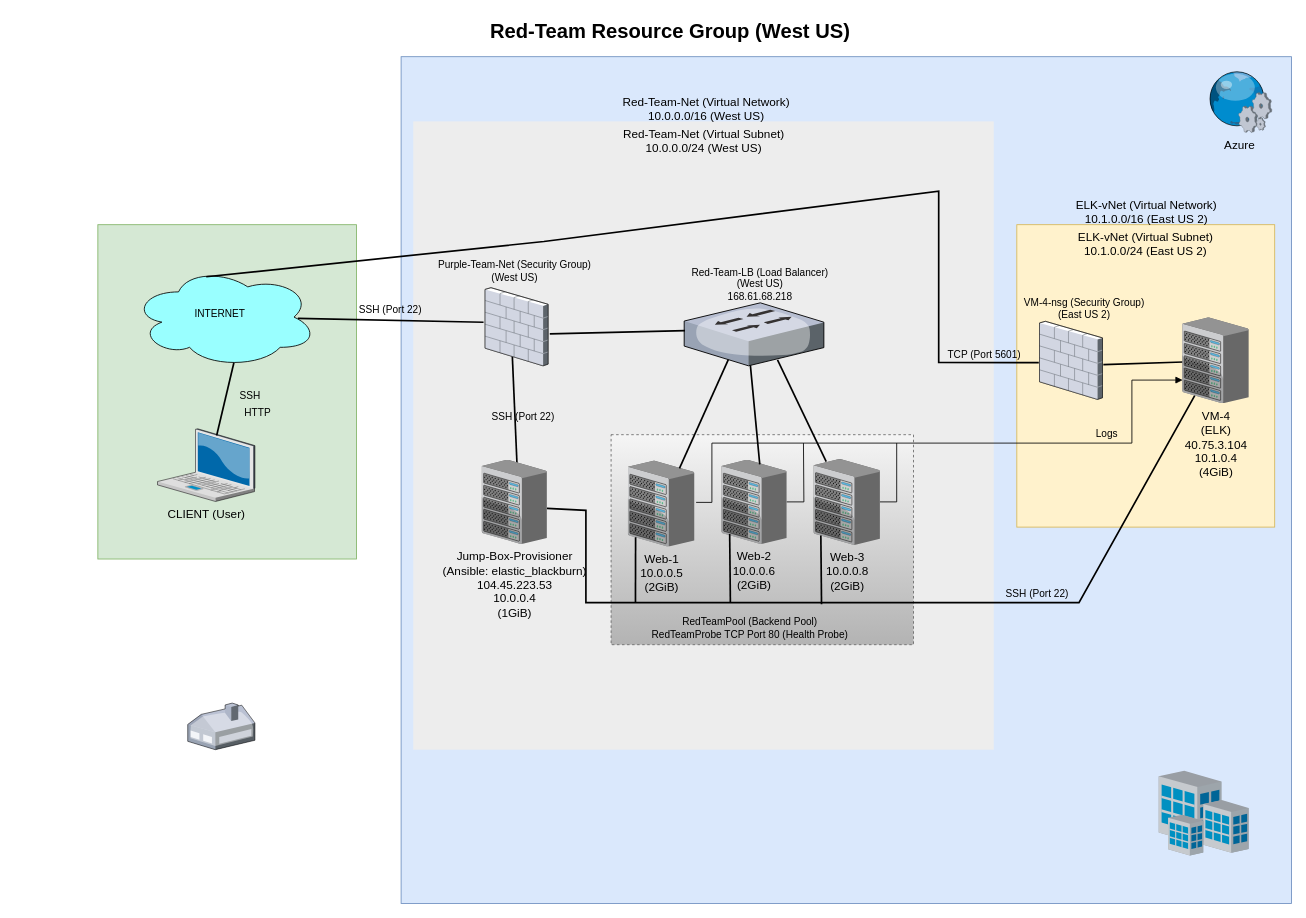
Above: Network-Azure.drawio in AstraincBuild/Exuberant-Triumph (draw.io), before the change. Source tidied: cells renumbered, new cells numbered last; positions are measured from the earlier drawing's top-left corner, leaving out a move shared by most shapes. Both pictures are drawn from the tidied source at 84%, with x=0, y=0 at pixel (97, 14).
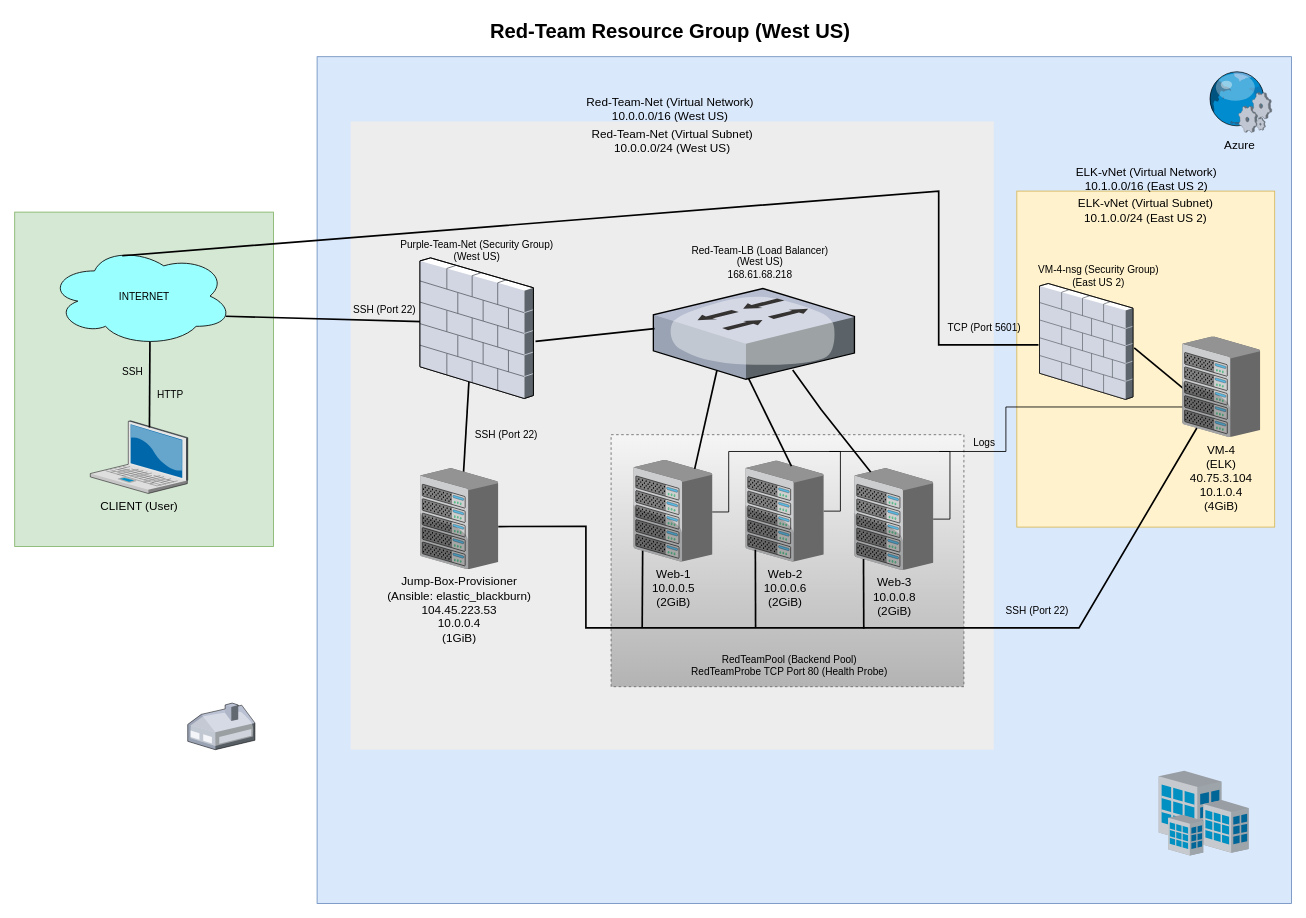
After the change.

Diff of the diagram source:
```diff
@@
     <mxCell id="2" value="&amp;nbsp;" style="whiteSpace=wrap;html=1;fillColor=#dae8fc;fontSize=14;strokeColor=#6c8ebf;verticalAlign=top;" parent="1" vertex="1">
-      <mxGeometry x="361" y="50" width="1060" height="1008" as="geometry" />
+      <mxGeometry x="261" y="50" width="1160" height="1008" as="geometry" />
     </mxCell>
     <mxCell id="3" value="&lt;span&gt;&lt;font style=&quot;font-size: 14px&quot;&gt;Red-Team-Net (Virtual Subnet)&lt;br&gt;10.0.0.0/24 (West US)&lt;/font&gt;&lt;br&gt;&lt;/span&gt;" style="whiteSpace=wrap;html=1;fillColor=#EDEDED;fontSize=14;strokeColor=none;verticalAlign=top;" parent="1" vertex="1">
-      <mxGeometry x="375.5" y="127" width="691" height="748" as="geometry" />
+      <mxGeometry x="301" y="127" width="765.5" height="748" as="geometry" />
     </mxCell>
     <mxCell id="4" value="&lt;br&gt;" style="whiteSpace=wrap;html=1;fillColor=#d5e8d4;fontSize=14;strokeColor=#82b366;verticalAlign=top;" parent="1" vertex="1">
-      <mxGeometry y="250" width="308" height="398" as="geometry" />
+      <mxGeometry x="-99" y="235" width="308" height="398" as="geometry" />
     </mxCell>
     <mxCell id="5" value="CLIENT (User)" style="verticalLabelPosition=bottom;html=1;verticalAlign=top;strokeColor=none;shape=mxgraph.citrix.laptop_2;fillColor=#66B2FF;gradientColor=#0066CC;fontSize=14;" parent="1" vertex="1">
-      <mxGeometry x="71" y="493" width="116" height="86.5" as="geometry" />
+      <mxGeometry x="-9" y="483.5" width="116" height="86.5" as="geometry" />
     </mxCell>
-    <mxCell id="6" style="edgeStyle=none;rounded=0;html=1;startSize=10;endSize=10;jettySize=auto;fontSize=14;endArrow=none;endFill=0;strokeWidth=2;entryX=-0.025;entryY=0.442;entryDx=0;entryDy=0;entryPerimeter=0;" parent="1" edge="1" target="9">
-      <mxGeometry relative="1" as="geometry">
-        <mxPoint x="238" y="361.6" as="sourcePoint" />
-      </mxGeometry>
+    <mxCell id="6" style="edgeStyle=none;rounded=0;html=1;startSize=10;endSize=10;jettySize=auto;fontSize=14;endArrow=none;endFill=0;strokeWidth=2;entryX=0.015;entryY=0.453;entryDx=0;entryDy=0;entryPerimeter=0;exitX=0.96;exitY=0.7;exitDx=0;exitDy=0;exitPerimeter=0;" parent="1" edge="1" source="15" target="9">
+      <mxGeometry relative="1" as="geometry" />
     </mxCell>
@@
     <mxCell id="9" style="verticalLabelPosition=bottom;html=1;verticalAlign=top;strokeColor=none;shape=mxgraph.citrix.firewall;fillColor=#66B2FF;gradientColor=#0066CC;fontSize=14;" parent="1" vertex="1">
-      <mxGeometry x="461" y="325" width="75" height="93" as="geometry" />
+      <mxGeometry x="383.5" y="289.5" width="135" height="167.4" as="geometry" />
     </mxCell>
@@
     <mxCell id="15" style="ellipse;shape=cloud;whiteSpace=wrap;html=1;fillColor=#99FFFF;" parent="1" vertex="1">
-      <mxGeometry x="41" y="300" width="220" height="120" as="geometry" />
+      <mxGeometry x="-59" y="275" width="220" height="120" as="geometry" />
     </mxCell>
     <mxCell id="16" value="SSH (Port 22)" style="text;html=1;align=center;verticalAlign=middle;fillColor=none;strokeColor=none;rounded=0;" parent="1" vertex="1">
-      <mxGeometry x="461" y="469" width="90" height="20" as="geometry" />
+      <mxGeometry x="441" y="491" width="90" height="20" as="geometry" />
     </mxCell>
     <mxCell id="17" value="SSH" style="text;html=1;align=center;verticalAlign=middle;fillColor=none;strokeColor=none;rounded=0;" parent="1" vertex="1">
-      <mxGeometry x="161" y="443.5" width="40" height="20" as="geometry" />
+      <mxGeometry x="21" y="415" width="40" height="20" as="geometry" />
     </mxCell>
     <mxCell id="18" value="HTTP" style="text;html=1;align=center;verticalAlign=middle;fillColor=none;strokeColor=none;rounded=0;" parent="1" vertex="1">
-      <mxGeometry x="164.5" y="463.5" width="50" height="20" as="geometry" />
+      <mxGeometry x="61" y="442.5" width="50" height="20" as="geometry" />
     </mxCell>
     <mxCell id="19" value="ELK-vNet (Virtual Subnet)&lt;br&gt;10.1.0.0/24 (East US 2)" style="whiteSpace=wrap;html=1;fillColor=#fff2cc;fontSize=14;strokeColor=#d6b656;verticalAlign=top;" parent="1" vertex="1">
-      <mxGeometry x="1094" y="250" width="307" height="360" as="geometry" />
+      <mxGeometry x="1094" y="210" width="307" height="400" as="geometry" />
     </mxCell>
     <mxCell id="20" style="verticalLabelPosition=bottom;html=1;verticalAlign=top;strokeColor=none;shape=mxgraph.citrix.firewall;fillColor=#66B2FF;gradientColor=#0066CC;fontSize=14;" parent="1" vertex="1">
-      <mxGeometry x="1121" y="365" width="75" height="93" as="geometry" />
+      <mxGeometry x="1121" y="320" width="111.3" height="138" as="geometry" />
     </mxCell>
@@
     <mxCell id="22" value="Jump-Box-Provisioner&lt;br&gt;(Ansible: elastic_blackburn)&lt;br&gt;104.45.223.53&lt;br&gt;10.0.0.4&lt;br&gt;(1GiB)" style="verticalLabelPosition=bottom;html=1;verticalAlign=top;strokeColor=none;shape=mxgraph.citrix.chassis;fillColor=#66B2FF;gradientColor=#0066CC;fontSize=14;" parent="1" vertex="1">
-      <mxGeometry x="457" y="530" width="77.5" height="100" as="geometry" />
+      <mxGeometry x="383.5" y="540" width="93" height="120" as="geometry" />
     </mxCell>
     <mxCell id="23" value="Purple-Team-Net (Security Group) &lt;br&gt;(West US)" style="text;html=1;align=center;verticalAlign=middle;fillColor=none;strokeColor=none;rounded=0;" parent="1" vertex="1">
-      <mxGeometry x="395.7" y="289.5" width="200" height="30" as="geometry" />
+      <mxGeometry x="351" y="266" width="200" height="30" as="geometry" />
     </mxCell>
     <mxCell id="24" value="&lt;font style=&quot;font-size: 14px&quot;&gt;Red-Team-Net (Virtual Network)&lt;br&gt;10.0.0.0/16 (West US)&lt;/font&gt;" style="text;html=1;align=center;verticalAlign=middle;fillColor=none;strokeColor=none;rounded=0;" parent="1" vertex="1">
-      <mxGeometry x="619" y="97" width="210" height="30" as="geometry" />
+      <mxGeometry x="576" y="97" width="210" height="30" as="geometry" />
     </mxCell>
     <mxCell id="25" value="&lt;font style=&quot;font-size: 14px&quot;&gt;ELK-vNet (Virtual Network)&lt;br&gt;10.1.0.0/16 (East US 2)&lt;/font&gt;" style="text;html=1;align=center;verticalAlign=middle;fillColor=none;strokeColor=none;rounded=0;" parent="1" vertex="1">
-      <mxGeometry x="1158" y="220" width="180" height="30" as="geometry" />
+      <mxGeometry x="1157.5" y="180" width="180" height="30" as="geometry" />
     </mxCell>
     <mxCell id="26" style="verticalLabelPosition=bottom;html=1;verticalAlign=top;strokeColor=#82b366;shape=mxgraph.citrix.switch;fillColor=#d5e8d4;fontSize=14;" parent="1" vertex="1">
-      <mxGeometry x="698" y="343" width="166.3" height="75" as="geometry" />
+      <mxGeometry x="661.3" y="326" width="239.4" height="108" as="geometry" />
     </mxCell>
-    <mxCell id="27" style="edgeStyle=none;rounded=0;html=1;startSize=10;endSize=10;jettySize=auto;fontSize=14;endArrow=none;endFill=0;strokeWidth=2;exitX=1.027;exitY=0.59;exitDx=0;exitDy=0;exitPerimeter=0;entryX=0.006;entryY=0.441;entryDx=0;entryDy=0;entryPerimeter=0;" parent="1" edge="1" source="9" target="26">
-      <mxGeometry relative="1" as="geometry" />
+    <mxCell id="27" style="edgeStyle=none;rounded=0;html=1;startSize=10;endSize=10;jettySize=auto;fontSize=14;endArrow=none;endFill=0;strokeWidth=2;entryX=0.006;entryY=0.441;entryDx=0;entryDy=0;entryPerimeter=0;" parent="1" edge="1" target="26">
+      <mxGeometry relative="1" as="geometry">
+        <mxPoint x="521" y="389" as="sourcePoint" />
+      </mxGeometry>
     </mxCell>
     <mxCell id="28" value="Red-Team-LB (Load Balancer)&lt;br&gt;(West US)&lt;br&gt;168.61.68.218" style="text;html=1;align=center;verticalAlign=middle;fillColor=none;strokeColor=none;rounded=0;" parent="1" vertex="1">
-      <mxGeometry x="697.7" y="296" width="180" height="50" as="geometry" />
+      <mxGeometry x="697.7" y="270" width="180" height="50" as="geometry" />
     </mxCell>
     <mxCell id="29" style="rounded=0;whiteSpace=wrap;html=1;dashed=1;fillColor=#f5f5f5;strokeColor=#666666;gradientColor=#b3b3b3;" parent="1" vertex="1">
-      <mxGeometry x="611" y="500" width="360" height="250" as="geometry" />
+      <mxGeometry x="611" y="500" width="420" height="300" as="geometry" />
     </mxCell>
     <mxCell id="30" value="Web-1&lt;br&gt;10.0.0.5&lt;br&gt;(2GiB)" style="verticalLabelPosition=bottom;html=1;verticalAlign=top;strokeColor=none;shape=mxgraph.citrix.chassis;fillColor=#66B2FF;gradientColor=#0066CC;fontSize=14;" parent="1" vertex="1">
-      <mxGeometry x="631" y="531" width="79" height="102" as="geometry" />
+      <mxGeometry x="637.7" y="530" width="93.7" height="121" as="geometry" />
     </mxCell>
-    <mxCell id="31" style="edgeStyle=orthogonalEdgeStyle;rounded=0;jettySize=auto;html=1;startArrow=none;startFill=0;endArrow=none;endFill=0;" parent="1" edge="1" source="32">
-      <mxGeometry relative="1" as="geometry">
-        <mxPoint x="840" y="510" as="targetPoint" />
-      </mxGeometry>
-    </mxCell>
+    <mxCell id="52" style="edgeStyle=orthogonalEdgeStyle;rounded=0;jettySize=auto;html=1;startArrow=none;startFill=0;startSize=6;endArrow=none;endFill=0;endSize=6;strokeColor=#000000;" parent="1" edge="1" source="32">
+      <mxGeometry relative="1" as="geometry">
+        <mxPoint x="884" y="520" as="targetPoint" />
+        <Array as="points">
+          <mxPoint x="884" y="591" />
+          <mxPoint x="884" y="520" />
+          <mxPoint x="871" y="520" />
+        </Array>
+      </mxGeometry>
+    </mxCell>
     <mxCell id="32" value="Web-2&lt;br&gt;10.0.0.6&lt;br&gt;(2GiB)" style="verticalLabelPosition=bottom;html=1;verticalAlign=top;strokeColor=none;shape=mxgraph.citrix.chassis;fillColor=#66B2FF;gradientColor=#0066CC;fontSize=14;" parent="1" vertex="1">
-      <mxGeometry x="742.4" y="530" width="77.5" height="100" as="geometry" />
+      <mxGeometry x="771" y="531" width="93" height="120" as="geometry" />
     </mxCell>
-    <mxCell id="33" style="edgeStyle=orthogonalEdgeStyle;rounded=0;jettySize=auto;html=1;startArrow=none;startFill=0;endArrow=none;endFill=0;" parent="1" edge="1" source="34">
-      <mxGeometry relative="1" as="geometry">
-        <mxPoint x="951" y="510" as="targetPoint" />
-        <Array as="points">
-          <mxPoint x="951" y="580" />
-          <mxPoint x="951" y="510" />
-        </Array>
-      </mxGeometry>
-    </mxCell>
+    <mxCell id="53" style="edgeStyle=orthogonalEdgeStyle;rounded=0;jettySize=auto;html=1;startArrow=none;startFill=0;startSize=6;endArrow=none;endFill=0;endSize=6;strokeColor=#000000;entryX=0.071;entryY=0.879;entryDx=0;entryDy=0;entryPerimeter=0;" parent="1" edge="1" source="30" target="39">
+      <mxGeometry relative="1" as="geometry">
+        <Array as="points">
+          <mxPoint x="751" y="592" />
+          <mxPoint x="751" y="520" />
+          <mxPoint x="1081" y="520" />
+          <mxPoint x="1081" y="467" />
+          <mxPoint x="1298" y="467" />
+        </Array>
+      </mxGeometry>
+    </mxCell>
+    <mxCell id="54" style="edgeStyle=orthogonalEdgeStyle;rounded=0;jettySize=auto;html=1;startArrow=none;startFill=0;startSize=6;endArrow=none;endFill=0;endSize=6;strokeColor=#000000;" parent="1" edge="1" source="34">
+      <mxGeometry relative="1" as="geometry">
+        <mxPoint x="1001" y="520" as="targetPoint" />
+      </mxGeometry>
+    </mxCell>
     <mxCell id="34" value="Web-3&lt;br&gt;10.0.0.8&lt;br&gt;(2GiB)" style="verticalLabelPosition=bottom;html=1;verticalAlign=top;strokeColor=none;shape=mxgraph.citrix.chassis;fillColor=#66B2FF;gradientColor=#0066CC;fontSize=14;" parent="1" vertex="1">
-      <mxGeometry x="852" y="529" width="79" height="102" as="geometry" />
+      <mxGeometry x="900.7" y="540" width="93.7" height="121" as="geometry" />
     </mxCell>
     <mxCell id="35" value="RedTeamPool (Backend Pool)&lt;br&gt;RedTeamProbe TCP Port 80 (Health Probe)" style="text;html=1;align=center;verticalAlign=middle;fillColor=none;strokeColor=none;rounded=0;" parent="1" vertex="1">
-      <mxGeometry x="650.7" y="715" width="250" height="30" as="geometry" />
+      <mxGeometry x="697.7" y="760" width="250" height="30" as="geometry" />
     </mxCell>
@@
-    <mxCell id="38" style="edgeStyle=none;rounded=0;html=1;startSize=10;endSize=10;jettySize=auto;orthogonalLoop=1;fontSize=14;endArrow=none;endFill=0;strokeWidth=2;exitX=0.668;exitY=0.864;exitDx=0;exitDy=0;exitPerimeter=0;" parent="1" edge="1">
+    <mxCell id="38" style="edgeStyle=none;rounded=0;html=1;startSize=10;endSize=10;jettySize=auto;fontSize=14;endArrow=none;endFill=0;strokeWidth=2;exitX=0.693;exitY=0.897;exitDx=0;exitDy=0;exitPerimeter=0;entryX=0.206;entryY=0.037;entryDx=0;entryDy=0;entryPerimeter=0;" parent="1" edge="1" source="26" target="34">
       <mxGeometry relative="1" as="geometry">
-        <mxPoint x="809.1" y="410.8" as="sourcePoint" />
-        <mxPoint x="867.1" y="532" as="targetPoint" />
+        <Array as="points">
+          <mxPoint x="861" y="470" />
+        </Array>
       </mxGeometry>
     </mxCell>
     <mxCell id="39" value="VM-4&lt;br&gt;(ELK)&lt;br&gt;40.75.3.104&lt;br&gt;10.1.0.4&lt;br&gt;(4GiB)" style="verticalLabelPosition=bottom;html=1;verticalAlign=top;strokeColor=none;shape=mxgraph.citrix.chassis;fillColor=#66B2FF;gradientColor=#0066CC;fontSize=14;" parent="1" vertex="1">
-      <mxGeometry x="1291" y="360.5" width="79" height="102" as="geometry" />
+      <mxGeometry x="1291" y="383.2" width="92.6" height="119.5" as="geometry" />
     </mxCell>
     <mxCell id="40" value="VM-4-nsg (Security Group)&lt;br&gt;(East US 2)" style="text;html=1;align=center;verticalAlign=middle;fillColor=none;strokeColor=none;rounded=0;dashed=1;" parent="1" vertex="1">
-      <mxGeometry x="1094" y="335" width="160" height="30" as="geometry" />
+      <mxGeometry x="1111" y="296" width="160" height="30" as="geometry" />
     </mxCell>
     <mxCell id="41" style="edgeStyle=none;rounded=0;html=1;startSize=10;endSize=10;jettySize=auto;fontSize=14;endArrow=none;endFill=0;strokeWidth=2;exitX=1.002;exitY=0.578;exitDx=0;exitDy=0;exitPerimeter=0;entryX=0.187;entryY=0.911;entryDx=0;entryDy=0;entryPerimeter=0;" parent="1" edge="1" source="22" target="39">
       <mxGeometry relative="1" as="geometry">
         <Array as="points">
-          <mxPoint x="581" y="590" />
-          <mxPoint x="581" y="700" />
-          <mxPoint x="871" y="700" />
-          <mxPoint x="1168" y="700" />
+          <mxPoint x="581" y="609" />
+          <mxPoint x="581" y="730" />
+          <mxPoint x="871" y="730" />
+          <mxPoint x="1168" y="730" />
         </Array>
       </mxGeometry>
     </mxCell>
     <mxCell id="42" style="edgeStyle=none;rounded=0;html=1;jettySize=auto;fontSize=14;endArrow=none;endFill=0;strokeWidth=2;exitX=0.116;exitY=0.894;exitDx=0;exitDy=0;exitPerimeter=0;startArrow=none;startFill=0;" parent="1" edge="1" source="30">
       <mxGeometry relative="1" as="geometry">
-        <mxPoint x="640" y="700" as="targetPoint" />
+        <mxPoint x="648" y="730" as="targetPoint" />
       </mxGeometry>
     </mxCell>
     <mxCell id="43" style="edgeStyle=none;rounded=0;html=1;startSize=10;endSize=10;jettySize=auto;fontSize=14;endArrow=none;endFill=0;strokeWidth=2;entryX=0.126;entryY=0.882;entryDx=0;entryDy=0;entryPerimeter=0;" parent="1" edge="1" target="32">
       <mxGeometry relative="1" as="geometry">
-        <mxPoint x="753" y="700" as="sourcePoint" />
+        <mxPoint x="783" y="730" as="sourcePoint" />
       </mxGeometry>
     </mxCell>
-    <mxCell id="44" style="edgeStyle=none;rounded=0;html=1;startSize=10;endSize=10;jettySize=auto;orthogonalLoop=1;fontSize=14;endArrow=none;endFill=0;strokeWidth=2;entryX=0.126;entryY=0.882;entryDx=0;entryDy=0;entryPerimeter=0;" parent="1" edge="1">
+    <mxCell id="44" style="edgeStyle=none;rounded=0;html=1;startSize=10;endSize=10;jettySize=auto;fontSize=14;endArrow=none;endFill=0;strokeWidth=2;entryX=0.115;entryY=0.892;entryDx=0;entryDy=0;entryPerimeter=0;" parent="1" edge="1" target="34">
       <mxGeometry relative="1" as="geometry">
-        <mxPoint x="861.5" y="701.8" as="sourcePoint" />
-        <mxPoint x="860.7" y="620" as="targetPoint" />
+        <mxPoint x="911.8" y="730.9" as="sourcePoint" />
       </mxGeometry>
     </mxCell>
-    <mxCell id="45" style="edgeStyle=orthogonalEdgeStyle;rounded=0;jettySize=auto;html=1;entryX=1.028;entryY=0.486;entryDx=0;entryDy=0;entryPerimeter=0;startArrow=block;startFill=1;endArrow=none;endFill=0;strokeColor=#000000;exitX=0.005;exitY=0.73;exitDx=0;exitDy=0;exitPerimeter=0;" parent="1" edge="1" source="39" target="30">
-      <mxGeometry relative="1" as="geometry">
-        <Array as="points">
-          <mxPoint x="1231" y="435" />
-          <mxPoint x="1231" y="510" />
-          <mxPoint x="731" y="510" />
-          <mxPoint x="731" y="581" />
-        </Array>
-      </mxGeometry>
-    </mxCell>
     <mxCell id="46" value="SSH (Port 22)" style="text;html=1;align=center;verticalAlign=middle;fillColor=none;strokeColor=none;rounded=0;" parent="1" vertex="1">
-      <mxGeometry x="1073" y="680" width="90" height="20" as="geometry" />
+      <mxGeometry x="1073" y="700" width="90" height="20" as="geometry" />
     </mxCell>
     <mxCell id="47" style="edgeStyle=none;rounded=0;html=1;startSize=10;endSize=10;jettySize=auto;fontSize=14;endArrow=none;endFill=0;strokeWidth=2;exitX=0.4;exitY=0.1;exitDx=0;exitDy=0;exitPerimeter=0;entryX=-0.011;entryY=0.529;entryDx=0;entryDy=0;entryPerimeter=0;" parent="1" edge="1" source="15" target="20">
       <mxGeometry relative="1" as="geometry">
         <Array as="points">
-          <mxPoint x="531" y="270" />
           <mxPoint x="1001" y="210" />
-          <mxPoint x="1001" y="414" />
+          <mxPoint x="1001" y="393" />
         </Array>
       </mxGeometry>
     </mxCell>
     <mxCell id="48" value="TCP (Port 5601)" style="text;html=1;align=center;verticalAlign=middle;fillColor=none;strokeColor=none;rounded=0;" parent="1" vertex="1">
-      <mxGeometry x="1005" y="395" width="100" height="20" as="geometry" />
+      <mxGeometry x="1005" y="363.2" width="100" height="20" as="geometry" />
     </mxCell>
     <mxCell id="49" value="SSH (Port 22)" style="text;html=1;align=center;verticalAlign=middle;fillColor=none;strokeColor=none;rounded=0;" parent="1" vertex="1">
-      <mxGeometry x="302.5" y="342" width="90" height="20" as="geometry" />
+      <mxGeometry x="295.5" y="342" width="90" height="20" as="geometry" />
     </mxCell>
     <mxCell id="50" value="INTERNET" style="text;html=1;align=center;verticalAlign=middle;fillColor=none;strokeColor=none;rounded=0;dashed=1;" parent="1" vertex="1">
-      <mxGeometry x="104.5" y="346" width="80" height="20" as="geometry" />
+      <mxGeometry x="15" y="326" width="80" height="20" as="geometry" />
     </mxCell>
     <mxCell id="51" value="Logs" style="text;html=1;align=center;verticalAlign=middle;fillColor=none;strokeColor=none;rounded=0;dashed=1;" parent="1" vertex="1">
-      <mxGeometry x="1181" y="489" width="40" height="20" as="geometry" />
+      <mxGeometry x="1035" y="500" width="40" height="20" as="geometry" />
     </mxCell>
```
